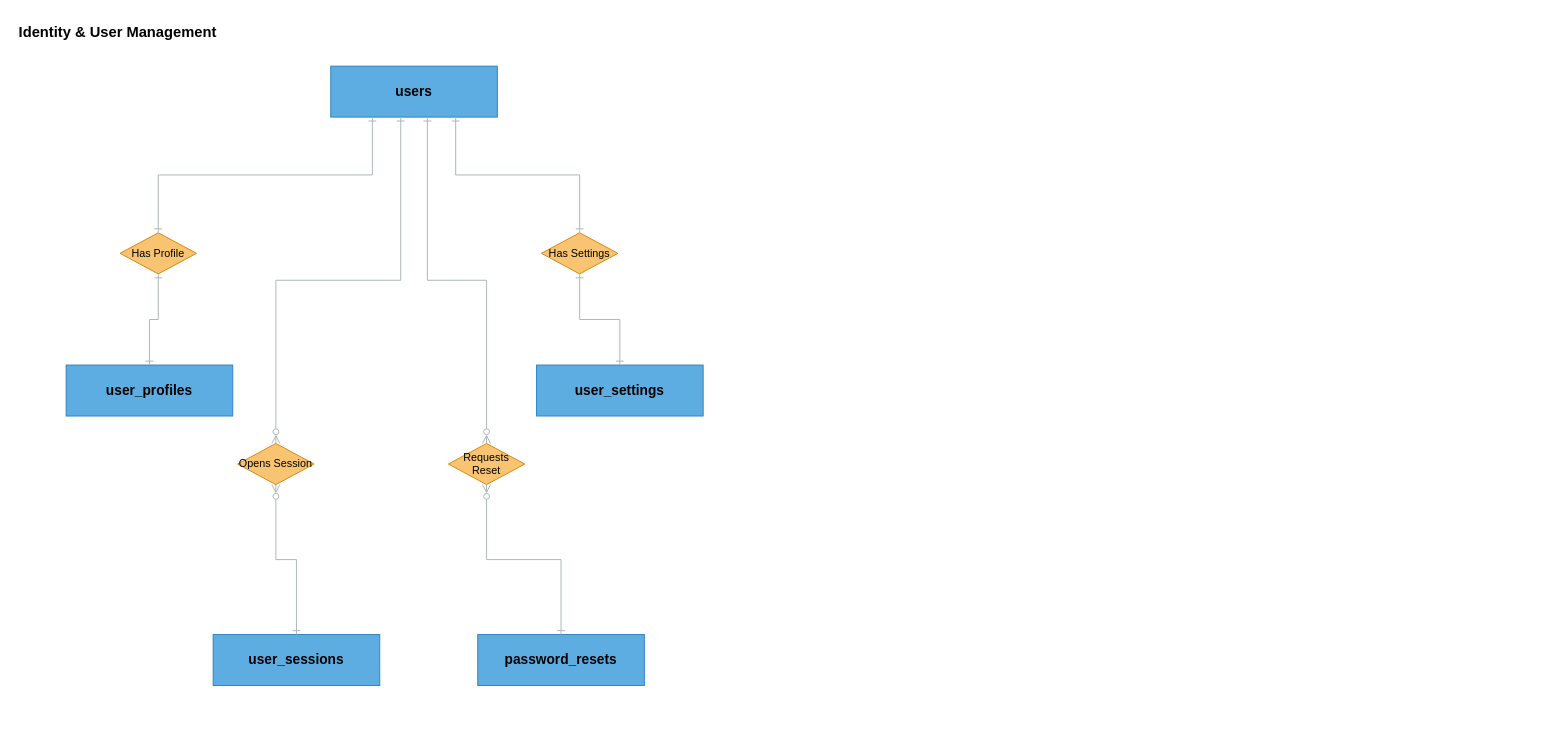
Earlier version of the draw.io diagram docs/technical/erd/01_identity_erd.drawio (NFMU/app-design). Source tidied: cells renumbered, new cells numbered last; positions are measured from the earlier drawing's top-left corner, leaving out a move shared by most shapes. Both pictures are drawn from the tidied source at 98%, with x=0, y=0 at pixel (17, 17).
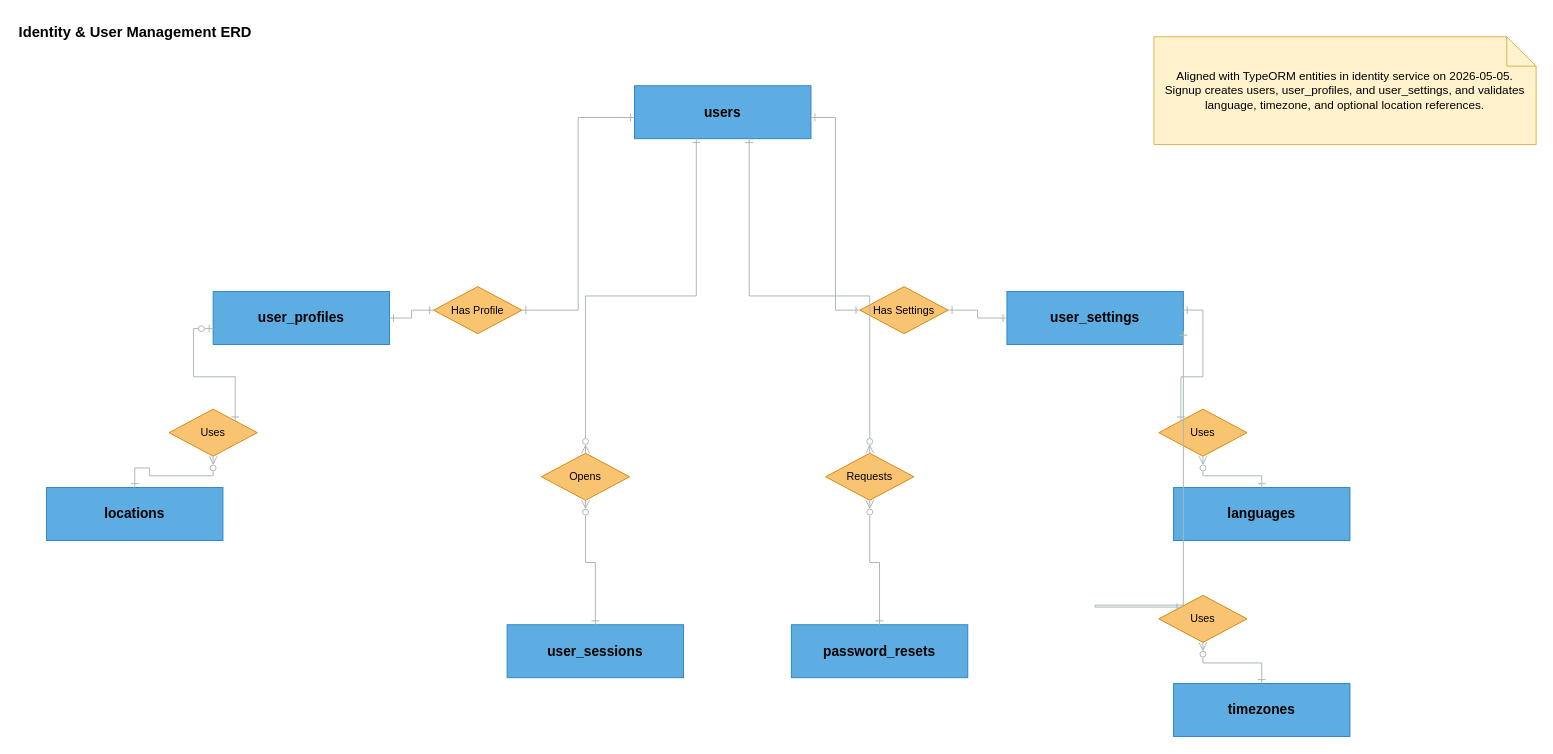
The same diagram, later.

Commit message (it also covers changes not shown here):
docs: update schema comparison and refactoring summary with source alignment notes

The edit, as a diff of the source:
```diff
@@
-    <mxCell id="2" value="Identity &amp; User Management" style="text;html=1;strokeColor=none;fillColor=none;align=left;verticalAlign=middle;fontSize=15;fontStyle=1;" parent="1" vertex="1">
-      <mxGeometry width="420" height="30" as="geometry" />
-    </mxCell>
+    <mxCell id="20" value="Identity &amp; User Management ERD" style="text;html=1;strokeColor=none;fillColor=none;align=left;verticalAlign=middle;fontSize=15;fontStyle=1;" parent="1" vertex="1">
+      <mxGeometry width="420" height="30" as="geometry" />
+    </mxCell>
+    <mxCell id="21" value="Aligned with TypeORM entities in identity service on 2026-05-05.&lt;br&gt;Signup creates users, user_profiles, and user_settings, and validates language, timezone, and optional location references." style="shape=note;whiteSpace=wrap;html=1;fillColor=#FFF2CC;strokeColor=#D6B656;" parent="1" vertex="1">
+      <mxGeometry x="1160" y="20" width="390" height="110" as="geometry" />
+    </mxCell>
     <mxCell id="3" value="users" style="rounded=0;whiteSpace=wrap;html=1;fillColor=#5DADE2;strokeColor=#2E86C1;fontStyle=1;fontSize=14;" parent="1" vertex="1">
-      <mxGeometry x="320" y="50" width="170" height="52" as="geometry" />
+      <mxGeometry x="630" y="70" width="180" height="54" as="geometry" />
     </mxCell>
-    <mxCell id="4" value="Has Profile" style="rhombus;whiteSpace=wrap;html=1;fillColor=#F8C471;strokeColor=#D68910;fontSize=11;" parent="1" vertex="1">
-      <mxGeometry x="105" y="220" width="78" height="42" as="geometry" />
-    </mxCell>
-    <mxCell id="5" value="Has Settings" style="rhombus;whiteSpace=wrap;html=1;fillColor=#F8C471;strokeColor=#D68910;fontSize=11;" parent="1" vertex="1">
-      <mxGeometry x="535" y="220" width="78" height="42" as="geometry" />
-    </mxCell>
-    <mxCell id="6" value="Opens Session" style="rhombus;whiteSpace=wrap;html=1;fillColor=#F8C471;strokeColor=#D68910;fontSize=11;" parent="1" vertex="1">
-      <mxGeometry x="225" y="435" width="78" height="42" as="geometry" />
-    </mxCell>
-    <mxCell id="7" value="Requests Reset" style="rhombus;whiteSpace=wrap;html=1;fillColor=#F8C471;strokeColor=#D68910;fontSize=11;" parent="1" vertex="1">
-      <mxGeometry x="440" y="435" width="78" height="42" as="geometry" />
-    </mxCell>
     <mxCell id="8" value="user_profiles" style="rounded=0;whiteSpace=wrap;html=1;fillColor=#5DADE2;strokeColor=#2E86C1;fontStyle=1;fontSize=14;" parent="1" vertex="1">
-      <mxGeometry x="50" y="355" width="170" height="52" as="geometry" />
+      <mxGeometry x="200" y="280" width="180" height="54" as="geometry" />
     </mxCell>
     <mxCell id="9" value="user_settings" style="rounded=0;whiteSpace=wrap;html=1;fillColor=#5DADE2;strokeColor=#2E86C1;fontStyle=1;fontSize=14;" parent="1" vertex="1">
-      <mxGeometry x="530" y="355" width="170" height="52" as="geometry" />
+      <mxGeometry x="1010" y="280" width="180" height="54" as="geometry" />
     </mxCell>
     <mxCell id="10" value="user_sessions" style="rounded=0;whiteSpace=wrap;html=1;fillColor=#5DADE2;strokeColor=#2E86C1;fontStyle=1;fontSize=14;" parent="1" vertex="1">
-      <mxGeometry x="200" y="630" width="170" height="52" as="geometry" />
+      <mxGeometry x="500" y="620" width="180" height="54" as="geometry" />
     </mxCell>
     <mxCell id="11" value="password_resets" style="rounded=0;whiteSpace=wrap;html=1;fillColor=#5DADE2;strokeColor=#2E86C1;fontStyle=1;fontSize=14;" parent="1" vertex="1">
-      <mxGeometry x="470" y="630" width="170" height="52" as="geometry" />
+      <mxGeometry x="790" y="620" width="180" height="54" as="geometry" />
     </mxCell>
+    <mxCell id="22" value="locations" style="rounded=0;whiteSpace=wrap;html=1;fillColor=#5DADE2;strokeColor=#2E86C1;fontStyle=1;fontSize=14;" parent="1" vertex="1">
+      <mxGeometry x="30" y="480" width="180" height="54" as="geometry" />
+    </mxCell>
+    <mxCell id="23" value="languages" style="rounded=0;whiteSpace=wrap;html=1;fillColor=#5DADE2;strokeColor=#2E86C1;fontStyle=1;fontSize=14;" parent="1" vertex="1">
+      <mxGeometry x="1180" y="480" width="180" height="54" as="geometry" />
+    </mxCell>
+    <mxCell id="24" value="timezones" style="rounded=0;whiteSpace=wrap;html=1;fillColor=#5DADE2;strokeColor=#2E86C1;fontStyle=1;fontSize=14;" parent="1" vertex="1">
+      <mxGeometry x="1180" y="680" width="180" height="54" as="geometry" />
+    </mxCell>
+    <mxCell id="4" value="Has Profile" style="rhombus;whiteSpace=wrap;html=1;fillColor=#F8C471;strokeColor=#D68910;fontSize=11;" parent="1" vertex="1">
+      <mxGeometry x="425" y="275" width="90" height="48" as="geometry" />
+    </mxCell>
+    <mxCell id="5" value="Has Settings" style="rhombus;whiteSpace=wrap;html=1;fillColor=#F8C471;strokeColor=#D68910;fontSize=11;" parent="1" vertex="1">
+      <mxGeometry x="860" y="275" width="90" height="48" as="geometry" />
+    </mxCell>
+    <mxCell id="25" value="Opens" style="rhombus;whiteSpace=wrap;html=1;fillColor=#F8C471;strokeColor=#D68910;fontSize=11;" parent="1" vertex="1">
+      <mxGeometry x="535" y="445" width="90" height="48" as="geometry" />
+    </mxCell>
+    <mxCell id="26" value="Requests" style="rhombus;whiteSpace=wrap;html=1;fillColor=#F8C471;strokeColor=#D68910;fontSize=11;" parent="1" vertex="1">
+      <mxGeometry x="825" y="445" width="90" height="48" as="geometry" />
+    </mxCell>
+    <mxCell id="27" value="Uses" style="rhombus;whiteSpace=wrap;html=1;fillColor=#F8C471;strokeColor=#D68910;fontSize=11;" parent="1" vertex="1">
+      <mxGeometry x="155" y="400" width="90" height="48" as="geometry" />
+    </mxCell>
+    <mxCell id="28" value="Uses" style="rhombus;whiteSpace=wrap;html=1;fillColor=#F8C471;strokeColor=#D68910;fontSize=11;" parent="1" vertex="1">
+      <mxGeometry x="1165" y="400" width="90" height="48" as="geometry" />
+    </mxCell>
+    <mxCell id="29" value="Uses" style="rhombus;whiteSpace=wrap;html=1;fillColor=#F8C471;strokeColor=#D68910;fontSize=11;" parent="1" vertex="1">
+      <mxGeometry x="1165" y="590" width="90" height="48" as="geometry" />
+    </mxCell>
-    <mxCell id="12" style="edgeStyle=orthogonalEdgeStyle;rounded=0;jettySize=auto;html=1;strokeColor=#AAB7B8;startFill=0;endFill=0;startArrow=ERone;endArrow=ERone;exitX=0.25;exitY=1;exitDx=0;exitDy=0;entryX=0.5;entryY=0;entryDx=0;entryDy=0;" parent="1" edge="1" source="3" target="4">
+    <mxCell id="12" style="edgeStyle=orthogonalEdgeStyle;rounded=0;jettySize=auto;html=1;strokeColor=#AAB7B8;startFill=0;endFill=0;startArrow=ERone;endArrow=ERone;exitX=0;exitY=0.6;entryX=1;entryY=0.5;" parent="1" edge="1" source="3" target="4">
       <mxGeometry relative="1" as="geometry" />
     </mxCell>
-    <mxCell id="13" style="edgeStyle=orthogonalEdgeStyle;rounded=0;jettySize=auto;html=1;strokeColor=#AAB7B8;startFill=0;endFill=0;startArrow=ERone;endArrow=ERone;exitX=0.5;exitY=1;exitDx=0;exitDy=0;entryX=0.5;entryY=0;entryDx=0;entryDy=0;" parent="1" edge="1" source="4" target="8">
+    <mxCell id="13" style="edgeStyle=orthogonalEdgeStyle;rounded=0;jettySize=auto;html=1;strokeColor=#AAB7B8;startFill=0;endFill=0;startArrow=ERone;endArrow=ERone;exitX=0;exitY=0.5;entryX=1;entryY=0.5;" parent="1" edge="1" source="4" target="8">
       <mxGeometry relative="1" as="geometry" />
     </mxCell>
-    <mxCell id="14" style="edgeStyle=orthogonalEdgeStyle;rounded=0;jettySize=auto;html=1;strokeColor=#AAB7B8;startFill=0;endFill=0;startArrow=ERone;endArrow=ERone;exitX=0.75;exitY=1;exitDx=0;exitDy=0;entryX=0.5;entryY=0;entryDx=0;entryDy=0;" parent="1" edge="1" source="3" target="5">
+    <mxCell id="14" style="edgeStyle=orthogonalEdgeStyle;rounded=0;jettySize=auto;html=1;strokeColor=#AAB7B8;startFill=0;endFill=0;startArrow=ERone;endArrow=ERone;exitX=1;exitY=0.6;entryX=0;entryY=0.5;" parent="1" edge="1" source="3" target="5">
       <mxGeometry relative="1" as="geometry" />
     </mxCell>
-    <mxCell id="15" style="edgeStyle=orthogonalEdgeStyle;rounded=0;jettySize=auto;html=1;strokeColor=#AAB7B8;startFill=0;endFill=0;startArrow=ERone;endArrow=ERone;exitX=0.5;exitY=1;exitDx=0;exitDy=0;entryX=0.5;entryY=0;entryDx=0;entryDy=0;" parent="1" edge="1" source="5" target="9">
+    <mxCell id="15" style="edgeStyle=orthogonalEdgeStyle;rounded=0;jettySize=auto;html=1;strokeColor=#AAB7B8;startFill=0;endFill=0;startArrow=ERone;endArrow=ERone;exitX=1;exitY=0.5;entryX=0;entryY=0.5;" parent="1" edge="1" source="5" target="9">
       <mxGeometry relative="1" as="geometry" />
     </mxCell>
-    <mxCell id="16" style="edgeStyle=orthogonalEdgeStyle;rounded=0;jettySize=auto;html=1;strokeColor=#AAB7B8;startFill=0;endFill=0;startArrow=ERone;endArrow=ERzeroToMany;exitX=0.42;exitY=1;exitDx=0;exitDy=0;entryX=0.5;entryY=0;entryDx=0;entryDy=0;" parent="1" edge="1" source="3" target="6">
-      <mxGeometry relative="1" as="geometry" />
-    </mxCell>
-    <mxCell id="17" style="edgeStyle=orthogonalEdgeStyle;rounded=0;jettySize=auto;html=1;strokeColor=#AAB7B8;startFill=0;endFill=0;startArrow=ERzeroToMany;endArrow=ERone;exitX=0.5;exitY=1;exitDx=0;exitDy=0;entryX=0.5;entryY=0;entryDx=0;entryDy=0;" parent="1" edge="1" source="6" target="10">
-      <mxGeometry relative="1" as="geometry" />
-    </mxCell>
-    <mxCell id="18" style="edgeStyle=orthogonalEdgeStyle;rounded=0;jettySize=auto;html=1;strokeColor=#AAB7B8;startFill=0;endFill=0;startArrow=ERone;endArrow=ERzeroToMany;exitX=0.58;exitY=1;exitDx=0;exitDy=0;entryX=0.5;entryY=0;entryDx=0;entryDy=0;" parent="1" edge="1" source="3" target="7">
-      <mxGeometry relative="1" as="geometry" />
-    </mxCell>
-    <mxCell id="19" style="edgeStyle=orthogonalEdgeStyle;rounded=0;jettySize=auto;html=1;strokeColor=#AAB7B8;startFill=0;endFill=0;startArrow=ERzeroToMany;endArrow=ERone;exitX=0.5;exitY=1;exitDx=0;exitDy=0;entryX=0.5;entryY=0;entryDx=0;entryDy=0;" parent="1" edge="1" source="7" target="11">
-      <mxGeometry relative="1" as="geometry" />
-    </mxCell>
+    <mxCell id="30" style="edgeStyle=orthogonalEdgeStyle;rounded=0;jettySize=auto;html=1;strokeColor=#AAB7B8;startFill=0;endFill=0;startArrow=ERone;endArrow=ERzeroToMany;exitX=0.35;exitY=1;entryX=0.5;entryY=0;" parent="1" edge="1" source="3" target="25">
+      <mxGeometry relative="1" as="geometry" />
+    </mxCell>
+    <mxCell id="31" style="edgeStyle=orthogonalEdgeStyle;rounded=0;jettySize=auto;html=1;strokeColor=#AAB7B8;startFill=0;endFill=0;startArrow=ERzeroToMany;endArrow=ERone;exitX=0.5;exitY=1;entryX=0.5;entryY=0;" parent="1" edge="1" source="25" target="10">
+      <mxGeometry relative="1" as="geometry" />
+    </mxCell>
+    <mxCell id="32" style="edgeStyle=orthogonalEdgeStyle;rounded=0;jettySize=auto;html=1;strokeColor=#AAB7B8;startFill=0;endFill=0;startArrow=ERone;endArrow=ERzeroToMany;exitX=0.65;exitY=1;entryX=0.5;entryY=0;" parent="1" edge="1" source="3" target="26">
+      <mxGeometry relative="1" as="geometry" />
+    </mxCell>
+    <mxCell id="33" style="edgeStyle=orthogonalEdgeStyle;rounded=0;jettySize=auto;html=1;strokeColor=#AAB7B8;startFill=0;endFill=0;startArrow=ERzeroToMany;endArrow=ERone;exitX=0.5;exitY=1;entryX=0.5;entryY=0;" parent="1" edge="1" source="26" target="11">
+      <mxGeometry relative="1" as="geometry" />
+    </mxCell>
+    <mxCell id="34" style="edgeStyle=orthogonalEdgeStyle;rounded=0;jettySize=auto;html=1;strokeColor=#AAB7B8;startFill=0;endFill=0;startArrow=ERzeroToOne;endArrow=ERone;exitX=0;exitY=0.7;entryX=1;entryY=0;" parent="1" edge="1" source="8" target="27">
+      <mxGeometry relative="1" as="geometry" />
+    </mxCell>
+    <mxCell id="35" style="edgeStyle=orthogonalEdgeStyle;rounded=0;jettySize=auto;html=1;strokeColor=#AAB7B8;startFill=0;endFill=0;startArrow=ERzeroToMany;endArrow=ERone;exitX=0.5;exitY=1;entryX=0.5;entryY=0;" parent="1" edge="1" source="27" target="22">
+      <mxGeometry relative="1" as="geometry" />
+    </mxCell>
+    <mxCell id="36" style="edgeStyle=orthogonalEdgeStyle;rounded=0;jettySize=auto;html=1;strokeColor=#AAB7B8;startFill=0;endFill=0;startArrow=ERone;endArrow=ERone;exitX=1;exitY=0.35;entryX=0;entryY=0;" parent="1" edge="1" source="9" target="28">
+      <mxGeometry relative="1" as="geometry" />
+    </mxCell>
+    <mxCell id="37" style="edgeStyle=orthogonalEdgeStyle;rounded=0;jettySize=auto;html=1;strokeColor=#AAB7B8;startFill=0;endFill=0;startArrow=ERzeroToMany;endArrow=ERone;exitX=0.5;exitY=1;entryX=0.5;entryY=0;" parent="1" edge="1" source="28" target="23">
+      <mxGeometry relative="1" as="geometry" />
+    </mxCell>
+    <mxCell id="38" style="edgeStyle=orthogonalEdgeStyle;rounded=0;jettySize=auto;html=1;strokeColor=#AAB7B8;startFill=0;endFill=0;startArrow=ERone;endArrow=ERone;exitX=1;exitY=0.75;entryX=0;entryY=0;" parent="1" edge="1" source="9" target="29">
+      <mxGeometry relative="1" as="geometry">
+        <Array as="points">
+          <mxPoint x="1100" y="600" />
+        </Array>
+      </mxGeometry>
+    </mxCell>
+    <mxCell id="39" style="edgeStyle=orthogonalEdgeStyle;rounded=0;jettySize=auto;html=1;strokeColor=#AAB7B8;startFill=0;endFill=0;startArrow=ERzeroToMany;endArrow=ERone;exitX=0.5;exitY=1;entryX=0.5;entryY=0;" parent="1" edge="1" source="29" target="24">
+      <mxGeometry relative="1" as="geometry" />
+    </mxCell>
```
